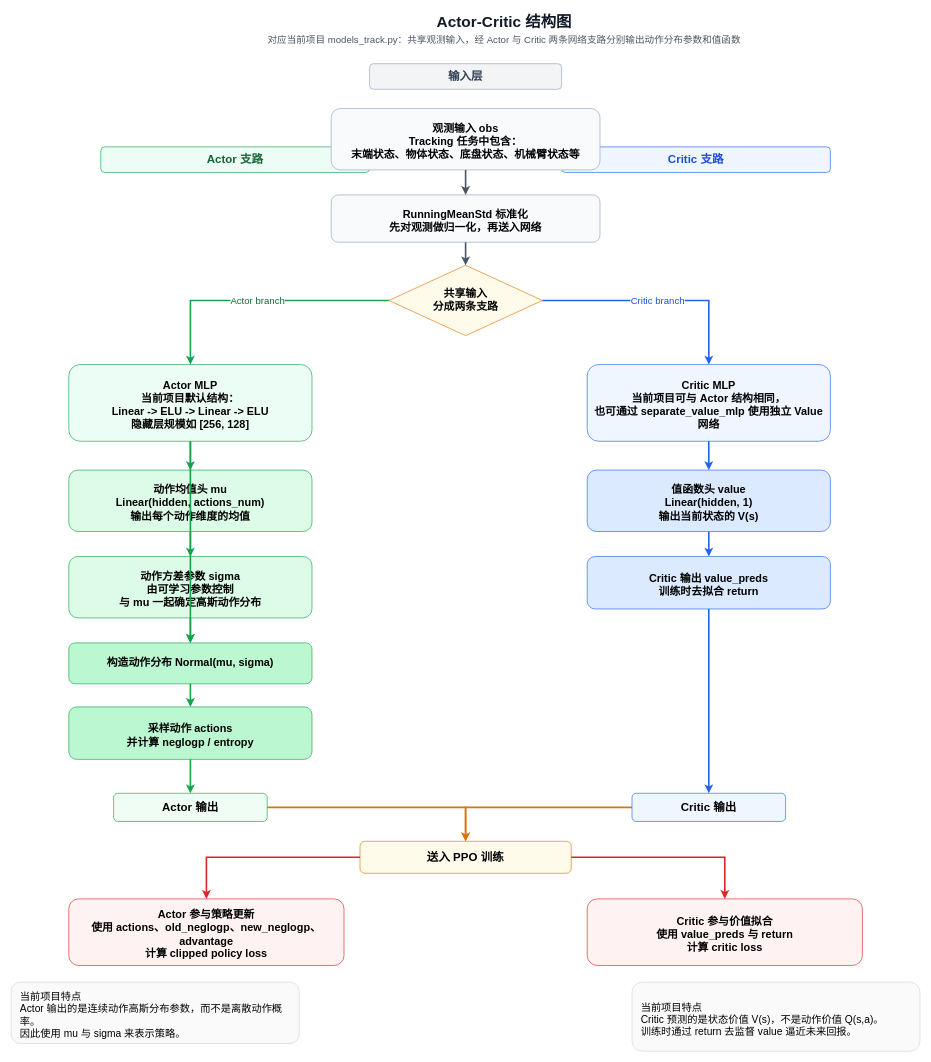
This is 毕业设计论文/out/插图2-8_Actor-Critic结构图.drawio from jack-huangs/catch_it, a draw.io file, before an edit. Source tidied: cells renumbered, new cells numbered last; positions are measured from the earlier drawing's top-left corner, leaving out a move shared by most shapes. Both pictures are drawn from the tidied source at 64%, with x=0, y=0 at pixel (11, 12).
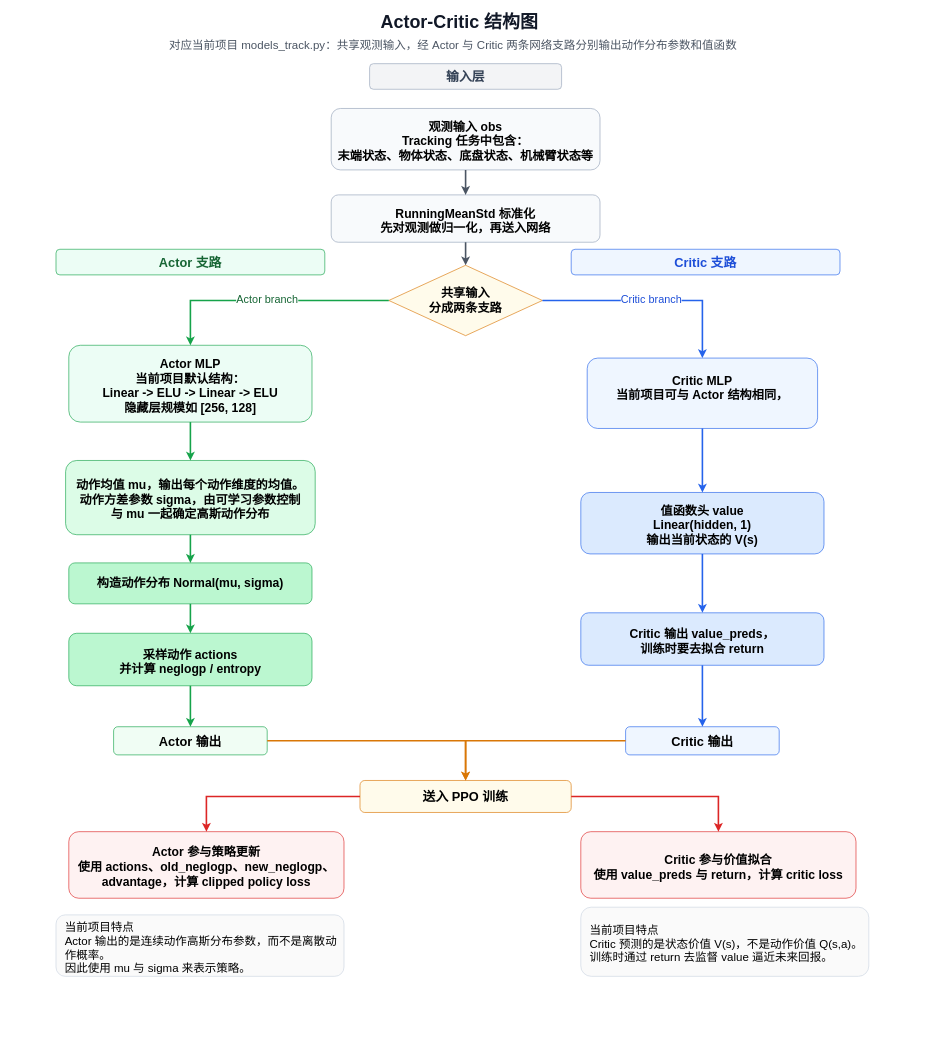
The same diagram, later.

Diff of the diagram source:
```diff
@@
-    <mxCell id="2" value="Actor-Critic 结构图" style="text;html=1;strokeColor=none;fillColor=none;align=center;verticalAlign=middle;fontSize=24;fontStyle=1;fontColor=#111827;" parent="1" vertex="1">
-      <mxGeometry x="440" width="660" height="30" as="geometry" />
+    <mxCell id="2" value="Actor-Critic 结构图" style="text;html=1;strokeColor=none;fillColor=none;align=center;verticalAlign=middle;fontSize=28;fontStyle=1;fontColor=#111827;" parent="1" vertex="1">
+      <mxGeometry x="370" width="660" height="30" as="geometry" />
     </mxCell>
-    <mxCell id="3" value="对应当前项目 models_track.py：共享观测输入，经 Actor 与 Critic 两条网络支路分别输出动作分布参数和值函数" style="text;html=1;strokeColor=none;fillColor=none;align=center;verticalAlign=middle;fontSize=15;fontColor=#4b5563;" parent="1" vertex="1">
-      <mxGeometry x="200" y="30" width="1140" height="24" as="geometry" />
+    <mxCell id="3" value="对应当前项目 models_track.py：共享观测输入，经 Actor 与 Critic 两条网络支路分别输出动作分布参数和值函数" style="text;html=1;strokeColor=none;fillColor=none;align=center;verticalAlign=middle;fontSize=18;fontColor=#4b5563;" parent="1" vertex="1">
+      <mxGeometry x="120" y="40" width="1140" height="24" as="geometry" />
     </mxCell>
-    <mxCell id="4" value="输入层" style="rounded=1;whiteSpace=wrap;html=1;fillColor=#f3f4f6;strokeColor=#94a3b8;fontSize=18;fontStyle=1;fontColor=#334155;" parent="1" vertex="1">
+    <mxCell id="4" value="输入层" style="rounded=1;whiteSpace=wrap;html=1;fillColor=#f3f4f6;strokeColor=#94a3b8;fontSize=20;fontStyle=1;fontColor=#334155;" parent="1" vertex="1">
       <mxGeometry x="560" y="80" width="300" height="40" as="geometry" />
     </mxCell>
-    <mxCell id="5" value="Actor 支路" style="rounded=1;whiteSpace=wrap;html=1;fillColor=#ecfdf5;strokeColor=#16a34a;fontSize=18;fontStyle=1;fontColor=#166534;" parent="1" vertex="1">
-      <mxGeometry x="140" y="210" width="420" height="40" as="geometry" />
+    <mxCell id="5" value="Actor 支路" style="rounded=1;whiteSpace=wrap;html=1;fillColor=#ecfdf5;strokeColor=#16a34a;fontSize=20;fontStyle=1;fontColor=#166534;" parent="1" vertex="1">
+      <mxGeometry x="70" y="370" width="420" height="40" as="geometry" />
     </mxCell>
-    <mxCell id="6" value="Critic 支路" style="rounded=1;whiteSpace=wrap;html=1;fillColor=#eff6ff;strokeColor=#2563eb;fontSize=18;fontStyle=1;fontColor=#1d4ed8;" parent="1" vertex="1">
-      <mxGeometry x="860" y="210" width="420" height="40" as="geometry" />
+    <mxCell id="6" value="Critic 支路" style="rounded=1;whiteSpace=wrap;html=1;fillColor=#eff6ff;strokeColor=#2563eb;fontSize=20;fontStyle=1;fontColor=#1d4ed8;" parent="1" vertex="1">
+      <mxGeometry x="875" y="370" width="420" height="40" as="geometry" />
     </mxCell>
-    <mxCell id="7" value="观测输入 obs&#10;Tracking 任务中包含：&#10;末端状态、物体状态、底盘状态、机械臂状态等" style="rounded=1;whiteSpace=wrap;html=1;fillColor=#f8fafc;strokeColor=#94a3b8;fontSize=17;fontStyle=1;spacingTop=8;" parent="1" vertex="1">
+    <mxCell id="7" value="观测输入 obs&#10;Tracking 任务中包含：&#10;末端状态、物体状态、底盘状态、机械臂状态等" style="rounded=1;whiteSpace=wrap;html=1;fillColor=#f8fafc;strokeColor=#94a3b8;fontSize=19;fontStyle=1;spacingTop=8;" parent="1" vertex="1">
       <mxGeometry x="500" y="150" width="420" height="96" as="geometry" />
     </mxCell>
-    <mxCell id="8" value="RunningMeanStd 标准化&#10;先对观测做归一化，再送入网络" style="rounded=1;whiteSpace=wrap;html=1;fillColor=#f8fafc;strokeColor=#94a3b8;fontSize=17;fontStyle=1;spacingTop=8;" parent="1" vertex="1">
+    <mxCell id="8" value="RunningMeanStd 标准化&#10;先对观测做归一化，再送入网络" style="rounded=1;whiteSpace=wrap;html=1;fillColor=#f8fafc;strokeColor=#94a3b8;fontSize=19;fontStyle=1;spacingTop=8;" parent="1" vertex="1">
       <mxGeometry x="500" y="285" width="420" height="74" as="geometry" />
     </mxCell>
-    <mxCell id="9" value="共享输入&#10;分成两条支路" style="rhombus;whiteSpace=wrap;html=1;fillColor=#fffbeb;strokeColor=#d97706;fontSize=17;fontStyle=1;" parent="1" vertex="1">
+    <mxCell id="9" value="共享输入&#10;分成两条支路" style="rhombus;whiteSpace=wrap;html=1;fillColor=#fffbeb;strokeColor=#d97706;fontSize=19;fontStyle=1;" parent="1" vertex="1">
       <mxGeometry x="590" y="395" width="240" height="110" as="geometry" />
     </mxCell>
-    <mxCell id="10" value="Actor MLP&#10;当前项目默认结构：&#10;Linear -&gt; ELU -&gt; Linear -&gt; ELU&#10;隐藏层规模如 [256, 128]" style="rounded=1;whiteSpace=wrap;html=1;fillColor=#ecfdf5;strokeColor=#16a34a;fontSize=17;fontStyle=1;spacingTop=8;" parent="1" vertex="1">
-      <mxGeometry x="90" y="550" width="380" height="120" as="geometry" />
+    <mxCell id="10" value="Actor MLP&#10;当前项目默认结构：&#10;Linear -&gt; ELU -&gt; Linear -&gt; ELU&#10;隐藏层规模如 [256, 128]" style="rounded=1;whiteSpace=wrap;html=1;fillColor=#ecfdf5;strokeColor=#16a34a;fontSize=19;fontStyle=1;spacingTop=8;" parent="1" vertex="1">
+      <mxGeometry x="90" y="520" width="380" height="120" as="geometry" />
     </mxCell>
-    <mxCell id="11" value="动作均值头 mu&#10;Linear(hidden, actions_num)&#10;输出每个动作维度的均值" style="rounded=1;whiteSpace=wrap;html=1;fillColor=#dcfce7;strokeColor=#16a34a;fontSize=17;fontStyle=1;spacingTop=8;" parent="1" vertex="1">
-      <mxGeometry x="90" y="715" width="380" height="96" as="geometry" />
-    </mxCell>
-    <mxCell id="12" value="动作方差参数 sigma&#10;由可学习参数控制&#10;与 mu 一起确定高斯动作分布" style="rounded=1;whiteSpace=wrap;html=1;fillColor=#dcfce7;strokeColor=#16a34a;fontSize=17;fontStyle=1;spacingTop=8;" parent="1" vertex="1">
-      <mxGeometry x="90" y="850" width="380" height="96" as="geometry" />
+    <mxCell id="12" value="&lt;span style=&quot;color: rgb(0, 0, 0);&quot;&gt;动作均值 mu，&lt;/span&gt;&lt;span style=&quot;color: rgb(0, 0, 0);&quot;&gt;输出每个动作维度的均值。&lt;/span&gt;&lt;br style=&quot;color: rgb(63, 63, 63); scrollbar-color: rgb(226, 226, 226) rgb(251, 251, 251);&quot;&gt;动作方差参数 sigma，由可学习参数控制&lt;br&gt;与 mu 一起确定高斯动作分布" style="rounded=1;whiteSpace=wrap;html=1;fillColor=#dcfce7;strokeColor=#16a34a;fontSize=19;fontStyle=1;spacingTop=8;" parent="1" vertex="1">
+      <mxGeometry x="85" y="700" width="390" height="116" as="geometry" />
     </mxCell>
-    <mxCell id="13" value="构造动作分布 Normal(mu, sigma)" style="rounded=1;whiteSpace=wrap;html=1;fillColor=#bbf7d0;strokeColor=#16a34a;fontSize=17;fontStyle=1;" parent="1" vertex="1">
-      <mxGeometry x="90" y="985" width="380" height="64" as="geometry" />
+    <mxCell id="13" value="构造动作分布 Normal(mu, sigma)" style="rounded=1;whiteSpace=wrap;html=1;fillColor=#bbf7d0;strokeColor=#16a34a;fontSize=19;fontStyle=1;" parent="1" vertex="1">
+      <mxGeometry x="90" y="860" width="380" height="64" as="geometry" />
     </mxCell>
-    <mxCell id="14" value="采样动作 actions&#10;并计算 neglogp / entropy" style="rounded=1;whiteSpace=wrap;html=1;fillColor=#bbf7d0;strokeColor=#16a34a;fontSize=17;fontStyle=1;spacingTop=8;" parent="1" vertex="1">
-      <mxGeometry x="90" y="1085" width="380" height="82" as="geometry" />
+    <mxCell id="14" value="采样动作 actions&#10;并计算 neglogp / entropy" style="rounded=1;whiteSpace=wrap;html=1;fillColor=#bbf7d0;strokeColor=#16a34a;fontSize=19;fontStyle=1;spacingTop=8;" parent="1" vertex="1">
+      <mxGeometry x="90" y="970" width="380" height="82" as="geometry" />
     </mxCell>
-    <mxCell id="15" value="Critic MLP&#10;当前项目可与 Actor 结构相同，&#10;也可通过 separate_value_mlp 使用独立 Value 网络" style="rounded=1;whiteSpace=wrap;html=1;fillColor=#eff6ff;strokeColor=#2563eb;fontSize=17;fontStyle=1;spacingTop=8;" parent="1" vertex="1">
-      <mxGeometry x="900" y="550" width="380" height="120" as="geometry" />
+    <mxCell id="15" value="Critic MLP&lt;br&gt;当前项目可与 Actor 结构相同，&lt;div&gt;&lt;br/&gt;&lt;/div&gt;" style="rounded=1;whiteSpace=wrap;html=1;fillColor=#eff6ff;strokeColor=#2563eb;fontSize=19;fontStyle=1;spacingTop=8;" parent="1" vertex="1">
+      <mxGeometry x="900" y="540" width="360" height="110" as="geometry" />
     </mxCell>
-    <mxCell id="16" value="值函数头 value&#10;Linear(hidden, 1)&#10;输出当前状态的 V(s)" style="rounded=1;whiteSpace=wrap;html=1;fillColor=#dbeafe;strokeColor=#2563eb;fontSize=17;fontStyle=1;spacingTop=8;" parent="1" vertex="1">
-      <mxGeometry x="900" y="715" width="380" height="96" as="geometry" />
+    <mxCell id="16" value="值函数头 value&#10;Linear(hidden, 1)&#10;输出当前状态的 V(s)" style="rounded=1;whiteSpace=wrap;html=1;fillColor=#dbeafe;strokeColor=#2563eb;fontSize=19;fontStyle=1;spacingTop=8;" parent="1" vertex="1">
+      <mxGeometry x="890" y="750" width="380" height="96" as="geometry" />
     </mxCell>
-    <mxCell id="17" value="Critic 输出 value_preds&#10;训练时去拟合 return" style="rounded=1;whiteSpace=wrap;html=1;fillColor=#dbeafe;strokeColor=#2563eb;fontSize=17;fontStyle=1;spacingTop=8;" parent="1" vertex="1">
-      <mxGeometry x="900" y="850" width="380" height="82" as="geometry" />
+    <mxCell id="17" value="Critic 输出 value_preds，&lt;br&gt;训练时要去拟合 return" style="rounded=1;whiteSpace=wrap;html=1;fillColor=#dbeafe;strokeColor=#2563eb;fontSize=19;fontStyle=1;spacingTop=8;" parent="1" vertex="1">
+      <mxGeometry x="890" y="938" width="380" height="82" as="geometry" />
     </mxCell>
-    <mxCell id="18" value="Actor 输出" style="rounded=1;whiteSpace=wrap;html=1;fillColor=#f0fdf4;strokeColor=#16a34a;fontSize=18;fontStyle=1;" parent="1" vertex="1">
-      <mxGeometry x="160" y="1220" width="240" height="44" as="geometry" />
+    <mxCell id="18" value="Actor 输出" style="rounded=1;whiteSpace=wrap;html=1;fillColor=#f0fdf4;strokeColor=#16a34a;fontSize=20;fontStyle=1;" parent="1" vertex="1">
+      <mxGeometry x="160" y="1116" width="240" height="44" as="geometry" />
     </mxCell>
-    <mxCell id="19" value="Critic 输出" style="rounded=1;whiteSpace=wrap;html=1;fillColor=#eff6ff;strokeColor=#2563eb;fontSize=18;fontStyle=1;" parent="1" vertex="1">
-      <mxGeometry x="970" y="1220" width="240" height="44" as="geometry" />
+    <mxCell id="19" value="Critic 输出" style="rounded=1;whiteSpace=wrap;html=1;fillColor=#eff6ff;strokeColor=#2563eb;fontSize=20;fontStyle=1;" parent="1" vertex="1">
+      <mxGeometry x="960" y="1116" width="240" height="44" as="geometry" />
     </mxCell>
-    <mxCell id="20" value="送入 PPO 训练" style="rounded=1;whiteSpace=wrap;html=1;fillColor=#fffbeb;strokeColor=#d97706;fontSize=18;fontStyle=1;" parent="1" vertex="1">
-      <mxGeometry x="545" y="1295" width="330" height="50" as="geometry" />
+    <mxCell id="20" value="送入 PPO 训练" style="rounded=1;whiteSpace=wrap;html=1;fillColor=#fffbeb;strokeColor=#d97706;fontSize=20;fontStyle=1;" parent="1" vertex="1">
+      <mxGeometry x="545" y="1200" width="330" height="50" as="geometry" />
     </mxCell>
-    <mxCell id="21" value="Actor 参与策略更新&#10;使用 actions、old_neglogp、new_neglogp、advantage&#10;计算 clipped policy loss" style="rounded=1;whiteSpace=wrap;html=1;fillColor=#fef2f2;strokeColor=#dc2626;fontSize=17;fontStyle=1;spacingTop=8;" parent="1" vertex="1">
-      <mxGeometry x="90" y="1385" width="430" height="104" as="geometry" />
+    <mxCell id="21" value="Actor 参与策略更新&lt;br&gt;使用 actions、old_neglogp、new_neglogp、advantage，计算 clipped policy loss" style="rounded=1;whiteSpace=wrap;html=1;fillColor=#fef2f2;strokeColor=#dc2626;fontSize=19;fontStyle=1;spacingTop=8;" parent="1" vertex="1">
+      <mxGeometry x="90" y="1280" width="430" height="104" as="geometry" />
     </mxCell>
-    <mxCell id="22" value="Critic 参与价值拟合&#10;使用 value_preds 与 return&#10;计算 critic loss" style="rounded=1;whiteSpace=wrap;html=1;fillColor=#fef2f2;strokeColor=#dc2626;fontSize=17;fontStyle=1;spacingTop=8;" parent="1" vertex="1">
-      <mxGeometry x="900" y="1385" width="430" height="104" as="geometry" />
+    <mxCell id="22" value="Critic 参与价值拟合&lt;br&gt;使用 value_preds 与 return，计算 critic loss" style="rounded=1;whiteSpace=wrap;html=1;fillColor=#fef2f2;strokeColor=#dc2626;fontSize=19;fontStyle=1;spacingTop=8;" parent="1" vertex="1">
+      <mxGeometry x="890" y="1280" width="430" height="104" as="geometry" />
     </mxCell>
-    <mxCell id="23" value="当前项目特点&#10;Actor 输出的是连续动作高斯分布参数，而不是离散动作概率。&#10;因此使用 mu 与 sigma 来表示策略。" style="rounded=1;whiteSpace=wrap;html=1;fillColor=#fafafa;strokeColor=#cbd5e1;fontSize=16;align=left;spacingTop=8;spacingLeft=12;" parent="1" vertex="1">
-      <mxGeometry y="1515" width="450" height="96" as="geometry" />
+    <mxCell id="23" value="当前项目特点&#10;Actor 输出的是连续动作高斯分布参数，而不是离散动作概率。&#10;因此使用 mu 与 sigma 来表示策略。" style="rounded=1;whiteSpace=wrap;html=1;fillColor=#fafafa;strokeColor=#cbd5e1;fontSize=18;align=left;spacingTop=8;spacingLeft=12;" parent="1" vertex="1">
+      <mxGeometry x="70" y="1410" width="450" height="96" as="geometry" />
     </mxCell>
-    <mxCell id="24" value="当前项目特点&#10;Critic 预测的是状态价值 V(s)，不是动作价值 Q(s,a)。&#10;训练时通过 return 去监督 value 逼近未来回报。" style="rounded=1;whiteSpace=wrap;html=1;fillColor=#fafafa;strokeColor=#cbd5e1;fontSize=16;align=left;spacingTop=8;spacingLeft=12;" parent="1" vertex="1">
-      <mxGeometry x="970" y="1515" width="450" height="108" as="geometry" />
+    <mxCell id="24" value="当前项目特点&#10;Critic 预测的是状态价值 V(s)，不是动作价值 Q(s,a)。&#10;训练时通过 return 去监督 value 逼近未来回报。" style="rounded=1;whiteSpace=wrap;html=1;fillColor=#fafafa;strokeColor=#cbd5e1;fontSize=18;align=left;spacingTop=8;spacingLeft=12;" parent="1" vertex="1">
+      <mxGeometry x="890" y="1398" width="450" height="108" as="geometry" />
     </mxCell>
@@
-    <mxCell id="27" value="Actor branch" style="edgeStyle=orthogonalEdgeStyle;rounded=0;jettySize=auto;html=1;endArrow=classic;strokeColor=#16a34a;strokeWidth=2.5;fontSize=15;fontColor=#166534;" parent="1" edge="1" source="9" target="10">
+    <mxCell id="27" value="Actor branch" style="edgeStyle=orthogonalEdgeStyle;rounded=0;jettySize=auto;html=1;endArrow=classic;strokeColor=#16a34a;strokeWidth=2.5;fontSize=17;fontColor=#166534;" parent="1" edge="1" source="9" target="10">
       <mxGeometry relative="1" as="geometry" />
     </mxCell>
-    <mxCell id="28" value="Critic branch" style="edgeStyle=orthogonalEdgeStyle;rounded=0;jettySize=auto;html=1;endArrow=classic;strokeColor=#2563eb;strokeWidth=2.5;fontSize=15;fontColor=#1d4ed8;" parent="1" edge="1" source="9" target="15">
+    <mxCell id="28" value="Critic branch" style="edgeStyle=orthogonalEdgeStyle;rounded=0;jettySize=auto;html=1;endArrow=classic;strokeColor=#2563eb;strokeWidth=2.5;fontSize=17;fontColor=#1d4ed8;" parent="1" edge="1" source="9" target="15">
       <mxGeometry relative="1" as="geometry" />
     </mxCell>
-    <mxCell id="29" style="edgeStyle=orthogonalEdgeStyle;rounded=0;jettySize=auto;html=1;endArrow=classic;strokeColor=#16a34a;strokeWidth=2.5;" parent="1" edge="1" source="10" target="11">
+    <mxCell id="29" style="edgeStyle=orthogonalEdgeStyle;rounded=0;jettySize=auto;html=1;endArrow=classic;strokeColor=#16a34a;strokeWidth=2.5;entryX=0.5;entryY=0;entryDx=0;entryDy=0;" parent="1" edge="1" source="10" target="12">
       <mxGeometry relative="1" as="geometry" />
     </mxCell>
-    <mxCell id="30" style="edgeStyle=orthogonalEdgeStyle;rounded=0;jettySize=auto;html=1;endArrow=classic;strokeColor=#16a34a;strokeWidth=2.5;" parent="1" edge="1" source="11" target="13">
-      <mxGeometry relative="1" as="geometry" />
-    </mxCell>
@@
-    <mxCell id="32" style="edgeStyle=orthogonalEdgeStyle;rounded=0;jettySize=auto;html=1;endArrow=classic;strokeColor=#16a34a;strokeWidth=2.5;" parent="1" edge="1" source="10" target="12">
-      <mxGeometry relative="1" as="geometry" />
-    </mxCell>
```
